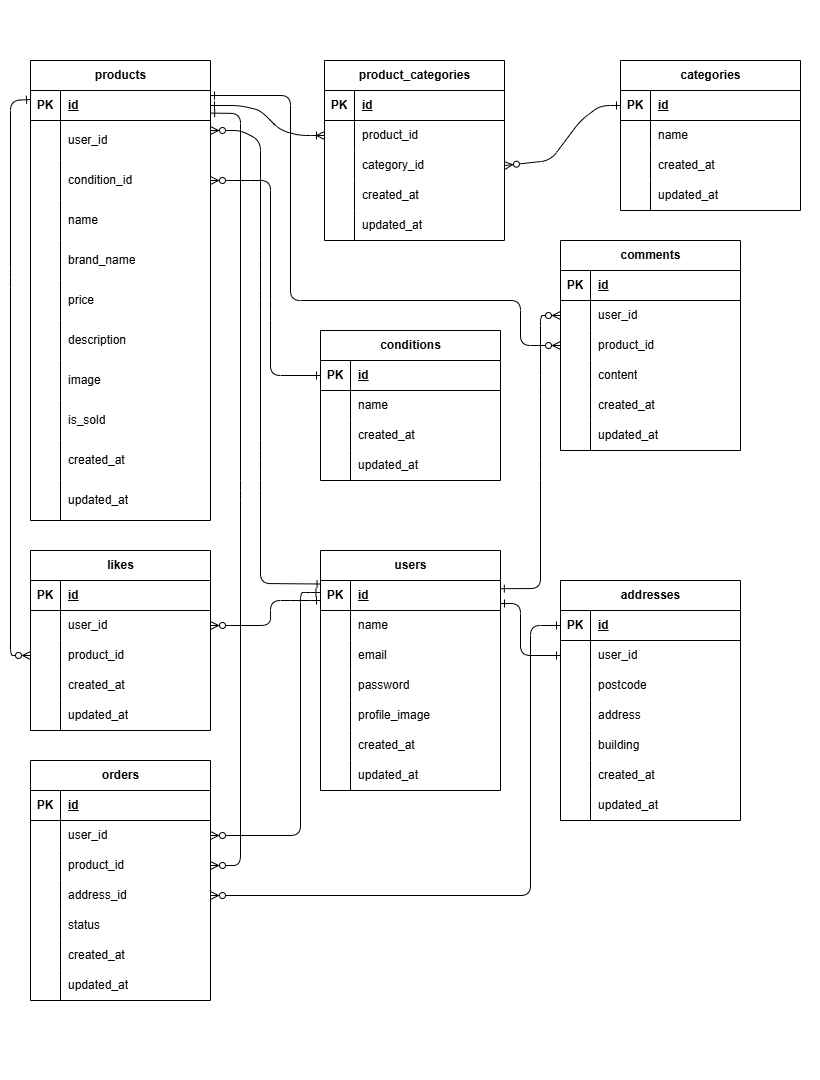
This is erd.png from como-natsu/coachtech-furima, a draw.io export, as it was before one commit. Source tidied: cells renumbered, new cells last; positions are measured from the earlier drawing's top-left corner, leaving out a move shared by most shapes.
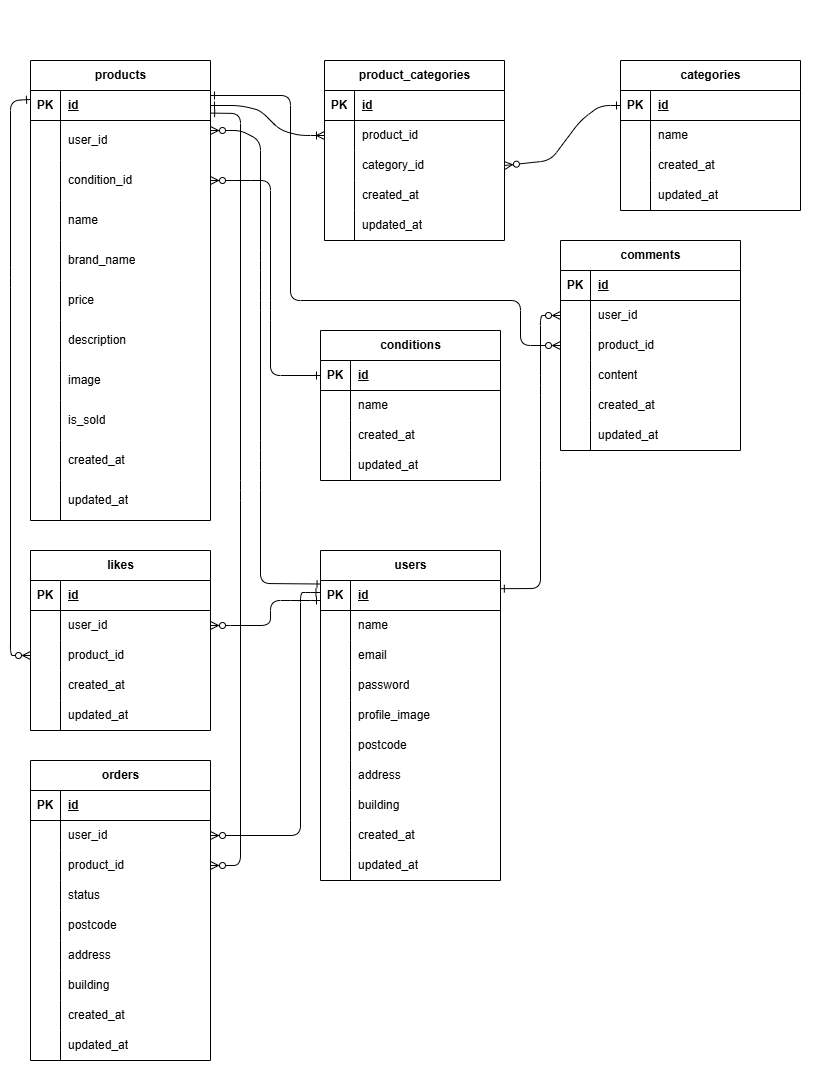
The same file after the commit.

Change to the diagram source:
```diff
@@ -338,74 +338,8 @@
     <mxCell id="113" value="&lt;span style=&quot;color: rgb(0, 0, 0);&quot;&gt;updated_at&lt;/span&gt;" style="shape=partialRectangle;fillColor=none;top=0;left=0;bottom=0;right=0;align=left;spacingLeft=6;overflow=hidden;whiteSpace=wrap;html=1;" parent="111" vertex="1">
       <mxGeometry x="30" width="150" height="30" as="geometry" />
     </mxCell>
-    <mxCell id="114" value="addresses" style="shape=table;startSize=30;rowLines=0;fontStyle=1;align=center;html=1;" parent="1" vertex="1">
-      <mxGeometry x="560" y="580" width="180" height="240" as="geometry" />
-    </mxCell>
-    <mxCell id="115" style="shape=tableRow;horizontal=0;startSize=0;swimlaneHead=0;swimlaneBody=0;fillColor=none;points=[[0,0.5],[1,0.5]];portConstraint=eastwest;top=0;left=0;right=0;bottom=1;" parent="114" vertex="1">
-      <mxGeometry y="30" width="180" height="30" as="geometry" />
-    </mxCell>
-    <mxCell id="116" value="PK" style="shape=partialRectangle;fillColor=none;top=0;left=0;bottom=0;right=0;fontStyle=1;overflow=hidden;whiteSpace=wrap;html=1;" parent="115" vertex="1">
-      <mxGeometry width="30" height="30" as="geometry" />
-    </mxCell>
-    <mxCell id="117" value="id" style="shape=partialRectangle;fillColor=none;top=0;left=0;bottom=0;right=0;align=left;spacingLeft=6;fontStyle=5;overflow=hidden;whiteSpace=wrap;html=1;" parent="115" vertex="1">
-      <mxGeometry x="30" width="150" height="30" as="geometry" />
-    </mxCell>
-    <mxCell id="118" style="shape=tableRow;horizontal=0;startSize=0;swimlaneHead=0;swimlaneBody=0;fillColor=none;points=[[0,0.5],[1,0.5]];portConstraint=eastwest;top=0;left=0;right=0;bottom=0;" parent="114" vertex="1">
-      <mxGeometry y="60" width="180" height="30" as="geometry" />
-    </mxCell>
-    <mxCell id="119" style="shape=partialRectangle;fillColor=none;top=0;left=0;bottom=0;right=0;overflow=hidden;whiteSpace=wrap;html=1;" parent="118" vertex="1">
-      <mxGeometry width="30" height="30" as="geometry" />
-    </mxCell>
-    <mxCell id="120" value="user_id" style="shape=partialRectangle;fillColor=none;top=0;left=0;bottom=0;right=0;align=left;spacingLeft=6;overflow=hidden;whiteSpace=wrap;html=1;" parent="118" vertex="1">
-      <mxGeometry x="30" width="150" height="30" as="geometry" />
-    </mxCell>
-    <mxCell id="121" style="shape=tableRow;horizontal=0;startSize=0;swimlaneHead=0;swimlaneBody=0;fillColor=none;top=0;left=0;right=0;bottom=0;" parent="114" vertex="1">
-      <mxGeometry y="90" width="180" height="30" as="geometry" />
-    </mxCell>
-    <mxCell id="122" style="shape=partialRectangle;fillColor=none;top=0;left=0;bottom=0;right=0;overflow=hidden;whiteSpace=wrap;html=1;" parent="121" vertex="1">
-      <mxGeometry width="30" height="30" as="geometry" />
-    </mxCell>
-    <mxCell id="123" value="postcode" style="shape=partialRectangle;fillColor=none;top=0;left=0;bottom=0;right=0;align=left;spacingLeft=6;overflow=hidden;whiteSpace=wrap;html=1;" parent="121" vertex="1">
-      <mxGeometry x="30" width="150" height="30" as="geometry" />
-    </mxCell>
-    <mxCell id="124" style="shape=tableRow;horizontal=0;startSize=0;swimlaneHead=0;swimlaneBody=0;fillColor=none;top=0;left=0;right=0;bottom=0;" parent="114" vertex="1">
-      <mxGeometry y="120" width="180" height="30" as="geometry" />
-    </mxCell>
-    <mxCell id="125" style="shape=partialRectangle;fillColor=none;top=0;left=0;bottom=0;right=0;overflow=hidden;whiteSpace=wrap;html=1;" parent="124" vertex="1">
-      <mxGeometry width="30" height="30" as="geometry" />
-    </mxCell>
-    <mxCell id="126" value="address" style="shape=partialRectangle;fillColor=none;top=0;left=0;bottom=0;right=0;align=left;spacingLeft=6;overflow=hidden;whiteSpace=wrap;html=1;" parent="124" vertex="1">
-      <mxGeometry x="30" width="150" height="30" as="geometry" />
-    </mxCell>
-    <mxCell id="127" style="shape=tableRow;horizontal=0;startSize=0;swimlaneHead=0;swimlaneBody=0;fillColor=none;top=0;left=0;right=0;bottom=0;" parent="114" vertex="1">
-      <mxGeometry y="150" width="180" height="30" as="geometry" />
-    </mxCell>
-    <mxCell id="128" style="shape=partialRectangle;fillColor=none;top=0;left=0;bottom=0;right=0;overflow=hidden;whiteSpace=wrap;html=1;" parent="127" vertex="1">
-      <mxGeometry width="30" height="30" as="geometry" />
-    </mxCell>
-    <mxCell id="129" value="building" style="shape=partialRectangle;fillColor=none;top=0;left=0;bottom=0;right=0;align=left;spacingLeft=6;overflow=hidden;whiteSpace=wrap;html=1;" parent="127" vertex="1">
-      <mxGeometry x="30" width="150" height="30" as="geometry" />
-    </mxCell>
-    <mxCell id="130" style="shape=tableRow;horizontal=0;startSize=0;swimlaneHead=0;swimlaneBody=0;fillColor=none;top=0;left=0;right=0;bottom=0;" parent="114" vertex="1">
-      <mxGeometry y="180" width="180" height="30" as="geometry" />
-    </mxCell>
-    <mxCell id="131" style="shape=partialRectangle;fillColor=none;top=0;left=0;bottom=0;right=0;overflow=hidden;whiteSpace=wrap;html=1;" parent="130" vertex="1">
-      <mxGeometry width="30" height="30" as="geometry" />
-    </mxCell>
-    <mxCell id="132" value="created_at" style="shape=partialRectangle;fillColor=none;top=0;left=0;bottom=0;right=0;align=left;spacingLeft=6;overflow=hidden;whiteSpace=wrap;html=1;" parent="130" vertex="1">
-      <mxGeometry x="30" width="150" height="30" as="geometry" />
-    </mxCell>
-    <mxCell id="133" style="shape=tableRow;horizontal=0;startSize=0;swimlaneHead=0;swimlaneBody=0;fillColor=none;top=0;left=0;right=0;bottom=0;" parent="114" vertex="1">
-      <mxGeometry y="210" width="180" height="30" as="geometry" />
-    </mxCell>
-    <mxCell id="134" style="shape=partialRectangle;fillColor=none;top=0;left=0;bottom=0;right=0;overflow=hidden;whiteSpace=wrap;html=1;" parent="133" vertex="1">
-      <mxGeometry width="30" height="30" as="geometry" />
-    </mxCell>
-    <mxCell id="135" value="&lt;span style=&quot;color: rgb(0, 0, 0);&quot;&gt;updated_at&lt;/span&gt;" style="shape=partialRectangle;fillColor=none;top=0;left=0;bottom=0;right=0;align=left;spacingLeft=6;overflow=hidden;whiteSpace=wrap;html=1;" parent="133" vertex="1">
-      <mxGeometry x="30" width="150" height="30" as="geometry" />
-    </mxCell>
     <mxCell id="136" value="orders" style="shape=table;startSize=30;rowLines=0;fontStyle=1;align=center;html=1;" parent="1" vertex="1">
-      <mxGeometry x="30" y="760" width="180" height="240" as="geometry" />
+      <mxGeometry x="30" y="760" width="180" height="300" as="geometry" />
     </mxCell>
     <mxCell id="137" style="shape=tableRow;horizontal=0;startSize=0;swimlaneHead=0;swimlaneBody=0;fillColor=none;top=0;left=0;right=0;bottom=1;" parent="136" vertex="1">
       <mxGeometry y="30" width="180" height="30" as="geometry" />
@@ -434,17 +368,8 @@
     <mxCell id="145" value="product_id" style="shape=partialRectangle;fillColor=none;top=0;left=0;bottom=0;right=0;align=left;spacingLeft=6;overflow=hidden;whiteSpace=wrap;html=1;" parent="143" vertex="1">
       <mxGeometry x="30" width="150" height="30" as="geometry" />
     </mxCell>
-    <mxCell id="146" style="shape=tableRow;horizontal=0;startSize=0;swimlaneHead=0;swimlaneBody=0;fillColor=none;points=[[0,0.5],[1,0.5]];portConstraint=eastwest;top=0;left=0;right=0;bottom=0;" parent="136" vertex="1">
-      <mxGeometry y="120" width="180" height="30" as="geometry" />
-    </mxCell>
-    <mxCell id="147" style="shape=partialRectangle;fillColor=none;top=0;left=0;bottom=0;right=0;overflow=hidden;whiteSpace=wrap;html=1;" parent="146" vertex="1">
-      <mxGeometry width="30" height="30" as="geometry" />
-    </mxCell>
-    <mxCell id="148" value="address_id" style="shape=partialRectangle;fillColor=none;top=0;left=0;bottom=0;right=0;align=left;spacingLeft=6;overflow=hidden;whiteSpace=wrap;html=1;" parent="146" vertex="1">
-      <mxGeometry x="30" width="150" height="30" as="geometry" />
-    </mxCell>
     <mxCell id="149" style="shape=tableRow;horizontal=0;startSize=0;swimlaneHead=0;swimlaneBody=0;fillColor=none;top=0;left=0;right=0;bottom=0;" parent="136" vertex="1">
-      <mxGeometry y="150" width="180" height="30" as="geometry" />
+      <mxGeometry y="120" width="180" height="30" as="geometry" />
     </mxCell>
     <mxCell id="150" style="shape=partialRectangle;fillColor=none;top=0;left=0;bottom=0;right=0;overflow=hidden;whiteSpace=wrap;html=1;" parent="149" vertex="1">
       <mxGeometry width="30" height="30" as="geometry" />
@@ -452,8 +377,35 @@
     <mxCell id="151" value="status" style="shape=partialRectangle;fillColor=none;top=0;left=0;bottom=0;right=0;align=left;spacingLeft=6;overflow=hidden;whiteSpace=wrap;html=1;" parent="149" vertex="1">
       <mxGeometry x="30" width="150" height="30" as="geometry" />
     </mxCell>
+    <mxCell id="127" style="shape=tableRow;horizontal=0;startSize=0;swimlaneHead=0;swimlaneBody=0;fillColor=none;top=0;left=0;right=0;bottom=0;" parent="136" vertex="1">
+      <mxGeometry y="150" width="180" height="30" as="geometry" />
+    </mxCell>
+    <mxCell id="192" style="shape=partialRectangle;fillColor=none;top=0;left=0;bottom=0;right=0;overflow=hidden;whiteSpace=wrap;html=1;" parent="127" vertex="1">
+      <mxGeometry width="30" height="30" as="geometry" />
+    </mxCell>
+    <mxCell id="193" value="&lt;span style=&quot;color: rgb(0, 0, 0);&quot;&gt;postcode&lt;/span&gt;" style="shape=partialRectangle;fillColor=none;top=0;left=0;bottom=0;right=0;align=left;spacingLeft=6;overflow=hidden;whiteSpace=wrap;html=1;" parent="127" vertex="1">
+      <mxGeometry x="30" width="150" height="30" as="geometry" />
+    </mxCell>
+    <mxCell id="194" style="shape=tableRow;horizontal=0;startSize=0;swimlaneHead=0;swimlaneBody=0;fillColor=none;top=0;left=0;right=0;bottom=0;" parent="136" vertex="1">
+      <mxGeometry y="180" width="180" height="30" as="geometry" />
+    </mxCell>
+    <mxCell id="195" style="shape=partialRectangle;fillColor=none;top=0;left=0;bottom=0;right=0;overflow=hidden;whiteSpace=wrap;html=1;" parent="194" vertex="1">
+      <mxGeometry width="30" height="30" as="geometry" />
+    </mxCell>
+    <mxCell id="196" value="&lt;span style=&quot;color: rgb(0, 0, 0);&quot;&gt;address&lt;/span&gt;" style="shape=partialRectangle;fillColor=none;top=0;left=0;bottom=0;right=0;align=left;spacingLeft=6;overflow=hidden;whiteSpace=wrap;html=1;" parent="194" vertex="1">
+      <mxGeometry x="30" width="150" height="30" as="geometry" />
+    </mxCell>
+    <mxCell id="197" style="shape=tableRow;horizontal=0;startSize=0;swimlaneHead=0;swimlaneBody=0;fillColor=none;top=0;left=0;right=0;bottom=0;" parent="136" vertex="1">
+      <mxGeometry y="210" width="180" height="30" as="geometry" />
+    </mxCell>
+    <mxCell id="198" style="shape=partialRectangle;fillColor=none;top=0;left=0;bottom=0;right=0;overflow=hidden;whiteSpace=wrap;html=1;" parent="197" vertex="1">
+      <mxGeometry width="30" height="30" as="geometry" />
+    </mxCell>
+    <mxCell id="199" value="&lt;span style=&quot;color: rgb(0, 0, 0);&quot;&gt;building&lt;/span&gt;" style="shape=partialRectangle;fillColor=none;top=0;left=0;bottom=0;right=0;align=left;spacingLeft=6;overflow=hidden;whiteSpace=wrap;html=1;" parent="197" vertex="1">
+      <mxGeometry x="30" width="150" height="30" as="geometry" />
+    </mxCell>
     <mxCell id="152" style="shape=tableRow;horizontal=0;startSize=0;swimlaneHead=0;swimlaneBody=0;fillColor=none;top=0;left=0;right=0;bottom=0;" parent="136" vertex="1">
-      <mxGeometry y="180" width="180" height="30" as="geometry" />
+      <mxGeometry y="240" width="180" height="30" as="geometry" />
     </mxCell>
     <mxCell id="153" style="shape=partialRectangle;fillColor=none;top=0;left=0;bottom=0;right=0;overflow=hidden;whiteSpace=wrap;html=1;" parent="152" vertex="1">
       <mxGeometry width="30" height="30" as="geometry" />
@@ -462,7 +414,7 @@
       <mxGeometry x="30" width="150" height="30" as="geometry" />
     </mxCell>
     <mxCell id="155" style="shape=tableRow;horizontal=0;startSize=0;swimlaneHead=0;swimlaneBody=0;fillColor=none;top=0;left=0;right=0;bottom=0;" parent="136" vertex="1">
-      <mxGeometry y="210" width="180" height="30" as="geometry" />
+      <mxGeometry y="270" width="180" height="30" as="geometry" />
     </mxCell>
     <mxCell id="156" style="shape=partialRectangle;fillColor=none;top=0;left=0;bottom=0;right=0;overflow=hidden;whiteSpace=wrap;html=1;" parent="155" vertex="1">
       <mxGeometry width="30" height="30" as="geometry" />
@@ -471,7 +423,7 @@
       <mxGeometry x="30" width="150" height="30" as="geometry" />
     </mxCell>
     <mxCell id="158" value="users" style="shape=table;startSize=30;rowLines=0;fontStyle=1;align=center;html=1;" parent="1" vertex="1">
-      <mxGeometry x="320" y="550" width="180" height="240" as="geometry" />
+      <mxGeometry x="320" y="550" width="180" height="330" as="geometry" />
     </mxCell>
     <mxCell id="159" style="shape=tableRow;horizontal=0;startSize=0;swimlaneHead=0;swimlaneBody=0;fillColor=none;points=[[0,0.5],[1,0.5]];portConstraint=eastwest;top=0;left=0;right=0;bottom=1;" parent="158" vertex="1">
       <mxGeometry y="30" width="180" height="30" as="geometry" />
@@ -518,8 +470,35 @@
     <mxCell id="173" value="profile_image" style="shape=partialRectangle;fillColor=none;top=0;left=0;bottom=0;right=0;align=left;spacingLeft=6;overflow=hidden;whiteSpace=wrap;html=1;" parent="171" vertex="1">
       <mxGeometry x="30" width="150" height="30" as="geometry" />
     </mxCell>
+    <mxCell id="200" style="shape=tableRow;horizontal=0;startSize=0;swimlaneHead=0;swimlaneBody=0;fillColor=none;top=0;left=0;right=0;bottom=0;" parent="158" vertex="1">
+      <mxGeometry y="180" width="180" height="30" as="geometry" />
+    </mxCell>
+    <mxCell id="201" style="shape=partialRectangle;fillColor=none;top=0;left=0;bottom=0;right=0;overflow=hidden;whiteSpace=wrap;html=1;" parent="200" vertex="1">
+      <mxGeometry width="30" height="30" as="geometry" />
+    </mxCell>
+    <mxCell id="202" value="&lt;span style=&quot;color: rgb(0, 0, 0);&quot;&gt;postcode&lt;/span&gt;" style="shape=partialRectangle;fillColor=none;top=0;left=0;bottom=0;right=0;align=left;spacingLeft=6;overflow=hidden;whiteSpace=wrap;html=1;" parent="200" vertex="1">
+      <mxGeometry x="30" width="150" height="30" as="geometry" />
+    </mxCell>
+    <mxCell id="203" style="shape=tableRow;horizontal=0;startSize=0;swimlaneHead=0;swimlaneBody=0;fillColor=none;top=0;left=0;right=0;bottom=0;" parent="158" vertex="1">
+      <mxGeometry y="210" width="180" height="30" as="geometry" />
+    </mxCell>
+    <mxCell id="204" style="shape=partialRectangle;fillColor=none;top=0;left=0;bottom=0;right=0;overflow=hidden;whiteSpace=wrap;html=1;" parent="203" vertex="1">
+      <mxGeometry width="30" height="30" as="geometry" />
+    </mxCell>
+    <mxCell id="205" value="&lt;span style=&quot;color: rgb(0, 0, 0);&quot;&gt;address&lt;/span&gt;" style="shape=partialRectangle;fillColor=none;top=0;left=0;bottom=0;right=0;align=left;spacingLeft=6;overflow=hidden;whiteSpace=wrap;html=1;" parent="203" vertex="1">
+      <mxGeometry x="30" width="150" height="30" as="geometry" />
+    </mxCell>
+    <mxCell id="206" style="shape=tableRow;horizontal=0;startSize=0;swimlaneHead=0;swimlaneBody=0;fillColor=none;top=0;left=0;right=0;bottom=0;" parent="158" vertex="1">
+      <mxGeometry y="240" width="180" height="30" as="geometry" />
+    </mxCell>
+    <mxCell id="207" style="shape=partialRectangle;fillColor=none;top=0;left=0;bottom=0;right=0;overflow=hidden;whiteSpace=wrap;html=1;" parent="206" vertex="1">
+      <mxGeometry width="30" height="30" as="geometry" />
+    </mxCell>
+    <mxCell id="208" value="&lt;span style=&quot;color: rgb(0, 0, 0);&quot;&gt;building&lt;/span&gt;" style="shape=partialRectangle;fillColor=none;top=0;left=0;bottom=0;right=0;align=left;spacingLeft=6;overflow=hidden;whiteSpace=wrap;html=1;" parent="206" vertex="1">
+      <mxGeometry x="30" width="150" height="30" as="geometry" />
+    </mxCell>
     <mxCell id="174" style="shape=tableRow;horizontal=0;startSize=0;swimlaneHead=0;swimlaneBody=0;fillColor=none;top=0;left=0;right=0;bottom=0;" parent="158" vertex="1">
-      <mxGeometry y="180" width="180" height="30" as="geometry" />
+      <mxGeometry y="270" width="180" height="30" as="geometry" />
     </mxCell>
     <mxCell id="175" style="shape=partialRectangle;fillColor=none;top=0;left=0;bottom=0;right=0;overflow=hidden;whiteSpace=wrap;html=1;" parent="174" vertex="1">
       <mxGeometry width="30" height="30" as="geometry" />
@@ -528,7 +507,7 @@
       <mxGeometry x="30" width="150" height="30" as="geometry" />
     </mxCell>
     <mxCell id="177" style="shape=tableRow;horizontal=0;startSize=0;swimlaneHead=0;swimlaneBody=0;fillColor=none;top=0;left=0;right=0;bottom=0;" parent="158" vertex="1">
-      <mxGeometry y="210" width="180" height="30" as="geometry" />
+      <mxGeometry y="300" width="180" height="30" as="geometry" />
     </mxCell>
     <mxCell id="178" style="shape=partialRectangle;fillColor=none;top=0;left=0;bottom=0;right=0;overflow=hidden;whiteSpace=wrap;html=1;" parent="177" vertex="1">
       <mxGeometry width="30" height="30" as="geometry" />
@@ -605,15 +584,6 @@
         </Array>
       </mxGeometry>
     </mxCell>
-    <mxCell id="187" style="edgeStyle=none;html=1;exitX=0;exitY=0.5;exitDx=0;exitDy=0;startArrow=ERone;startFill=0;endArrow=ERone;endFill=0;" parent="1" edge="1" source="118">
-      <mxGeometry relative="1" as="geometry">
-        <mxPoint x="500" y="603" as="targetPoint" />
-        <Array as="points">
-          <mxPoint x="520" y="655" />
-          <mxPoint x="520" y="603" />
-        </Array>
-      </mxGeometry>
-    </mxCell>
     <mxCell id="188" style="edgeStyle=none;html=1;startArrow=ERone;startFill=0;endArrow=ERzeroToMany;endFill=0;exitX=0.003;exitY=0.117;exitDx=0;exitDy=0;exitPerimeter=0;" parent="1" edge="1" source="159">
       <mxGeometry relative="1" as="geometry">
         <mxPoint x="210" y="130" as="targetPoint" />
@@ -628,14 +598,6 @@
         </Array>
       </mxGeometry>
     </mxCell>
-    <mxCell id="189" style="edgeStyle=none;html=1;exitX=1;exitY=0.5;exitDx=0;exitDy=0;entryX=0;entryY=0.5;entryDx=0;entryDy=0;endArrow=ERone;endFill=0;startArrow=ERzeroToMany;startFill=0;" parent="1" edge="1" source="146" target="115">
-      <mxGeometry relative="1" as="geometry">
-        <Array as="points">
-          <mxPoint x="530" y="895" />
-          <mxPoint x="530" y="625" />
-        </Array>
-      </mxGeometry>
-    </mxCell>
     <mxCell id="190" style="edgeStyle=none;html=1;exitX=0;exitY=0.5;exitDx=0;exitDy=0;endArrow=ERone;endFill=0;startArrow=ERzeroToMany;startFill=0;" parent="1" edge="1" source="105">
       <mxGeometry relative="1" as="geometry">
         <mxPoint x="30" y="99" as="targetPoint" />
```
